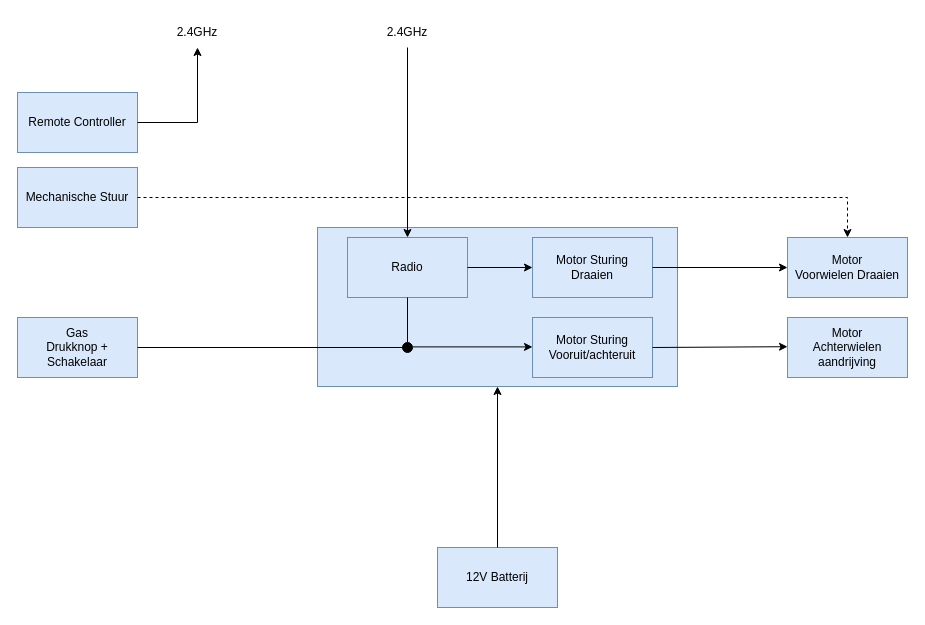
The draw.io diagram page "blok diagram huidig architectuur" (5 of 7) of ArchitectuurDocumenten/Architectuur.drawio in vives-project-xp/GoBabyGo2.0, before the edit. Source tidied: cells renumbered, new cells numbered last; positions are measured from the earlier drawing's top-left corner, leaving out a move shared by most shapes. Both pictures are drawn from the tidied source at 100%, with x=0, y=0 at pixel (17, 17).
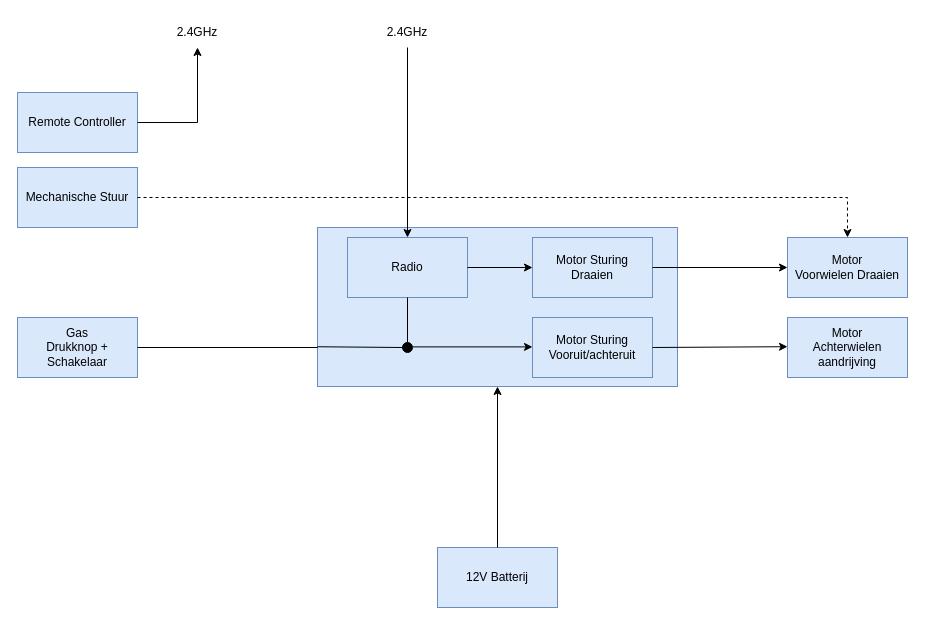
The same diagram, later.

Unchanged cells that the change refers to:
```xml
<mxCell id="2" style="rounded=0;whiteSpace=wrap;html=1;fillColor=#dae8fc;strokeColor=#6c8ebf;" parent="1" vertex="1">
  <mxGeometry x="300" y="210" width="360" height="159" as="geometry" />
</mxCell>
<mxCell id="9" value="Gas&lt;br&gt;Drukknop + Schakelaar" style="rounded=0;whiteSpace=wrap;html=1;fillColor=#dae8fc;strokeColor=#6c8ebf;" parent="1" vertex="1">
  <mxGeometry y="300" width="120" height="60" as="geometry" />
</mxCell>
<mxCell id="21" style="ellipse;whiteSpace=wrap;html=1;fillColor=#000000;" parent="1" vertex="1">
  <mxGeometry x="385" y="325" width="10" height="10" as="geometry" />
</mxCell>
```

The edit, as a diff of the source:
```diff
@@
-    <mxCell id="20" style="endArrow=none;html=1;rounded=0;exitX=1;exitY=0.5;exitDx=0;exitDy=0;entryX=0;entryY=0.5;entryDx=0;entryDy=0;endFill=0;" parent="1" edge="1" source="9" target="21">
+    <mxCell id="20" style="endArrow=none;html=1;rounded=0;exitX=0;exitY=0.75;exitDx=0;exitDy=0;entryX=0;entryY=0.5;entryDx=0;entryDy=0;endFill=0;" parent="1" edge="1" source="2" target="21">
       <mxGeometry relative="1" as="geometry" />
     </mxCell>
@@
+    <mxCell id="25" style="endArrow=none;html=1;rounded=0;exitX=1;exitY=0.5;exitDx=0;exitDy=0;entryX=0;entryY=0.5;entryDx=0;entryDy=0;endFill=0;" parent="1" edge="1" source="9">
+      <mxGeometry relative="1" as="geometry">
+        <mxPoint x="300" y="330" as="targetPoint" />
+      </mxGeometry>
+    </mxCell>
```
